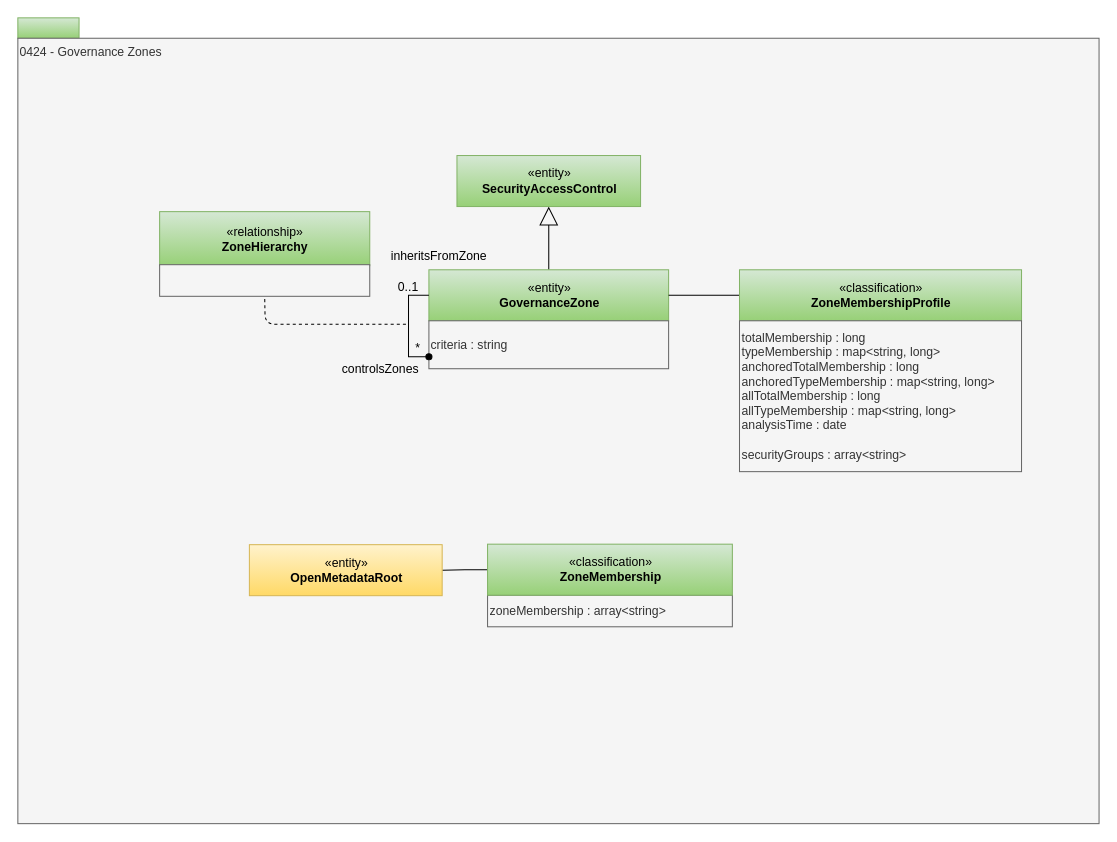
Above: page "0424-Governance-Zones" (9 of 30) of site/docs/types/4/area-4-governance.drawio in odpi/egeria-docs (draw.io), before the change. Source tidied: cells renumbered, new cells numbered last; positions are measured from the earlier drawing's top-left corner, leaving out a move shared by most shapes. Both pictures are drawn from the tidied source at 102%, with x=0, y=0 at pixel (17, 17).
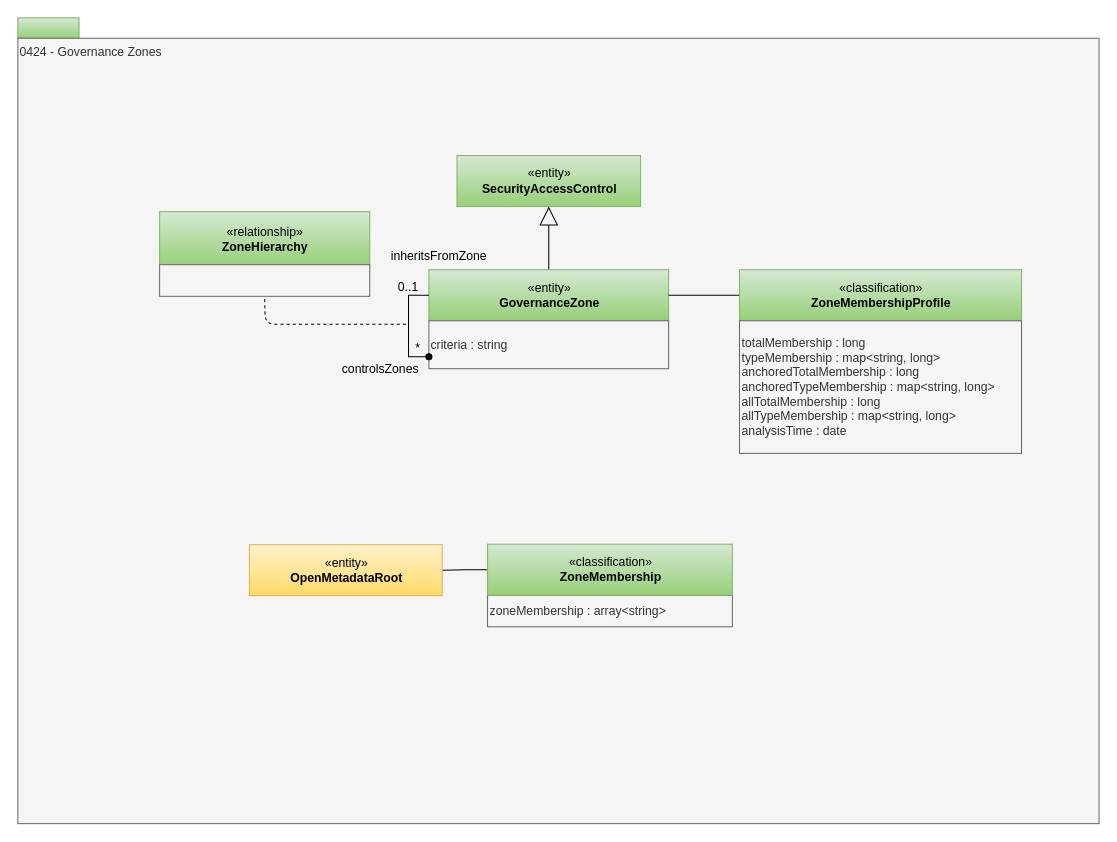
The same diagram, later.

The edit, as a diff of the source:
```diff
@@
-    <mxCell id="22" value="&lt;span style=&quot;background-color: transparent; color: light-dark(rgb(51, 51, 51), rgb(193, 193, 193));&quot;&gt;totalMembership : long&lt;/span&gt;&lt;div&gt;&lt;span style=&quot;background-color: transparent; color: light-dark(rgb(51, 51, 51), rgb(193, 193, 193));&quot;&gt;typeMembership : map&amp;lt;string, long&amp;gt;&lt;/span&gt;&lt;/div&gt;&lt;div&gt;&lt;span style=&quot;color: light-dark(rgb(51, 51, 51), rgb(193, 193, 193)); background-color: transparent;&quot;&gt;anchoredTotalMembership : long&lt;/span&gt;&lt;div&gt;&lt;span style=&quot;background-color: transparent; color: light-dark(rgb(51, 51, 51), rgb(193, 193, 193));&quot;&gt;anchoredTypeMembership : map&amp;lt;string, long&amp;gt;&lt;/span&gt;&lt;/div&gt;&lt;/div&gt;&lt;div&gt;&lt;span style=&quot;color: light-dark(rgb(51, 51, 51), rgb(193, 193, 193)); background-color: transparent;&quot;&gt;allTotalMembership : long&lt;/span&gt;&lt;div&gt;&lt;span style=&quot;background-color: transparent; color: light-dark(rgb(51, 51, 51), rgb(193, 193, 193));&quot;&gt;allTypeMembership : map&amp;lt;string, long&amp;gt;&lt;/span&gt;&lt;/div&gt;&lt;/div&gt;&lt;div&gt;&lt;span style=&quot;background-color: transparent; color: light-dark(rgb(51, 51, 51), rgb(193, 193, 193));&quot;&gt;analysisTime : date&lt;/span&gt;&lt;/div&gt;&lt;br&gt;securityGroups : array&amp;lt;string&amp;gt;" style="rounded=0;whiteSpace=wrap;html=1;strokeColor=#666666;align=left;fillColor=#f5f5f5;fontColor=#333333;" parent="1" vertex="1">
-      <mxGeometry x="707.5" y="297" width="276.5" height="147.9" as="geometry" />
+    <mxCell id="22" value="&lt;span style=&quot;background-color: transparent; color: light-dark(rgb(51, 51, 51), rgb(193, 193, 193));&quot;&gt;totalMembership : long&lt;/span&gt;&lt;div&gt;&lt;span style=&quot;background-color: transparent; color: light-dark(rgb(51, 51, 51), rgb(193, 193, 193));&quot;&gt;typeMembership : map&amp;lt;string, long&amp;gt;&lt;/span&gt;&lt;/div&gt;&lt;div&gt;&lt;span style=&quot;color: light-dark(rgb(51, 51, 51), rgb(193, 193, 193)); background-color: transparent;&quot;&gt;anchoredTotalMembership : long&lt;/span&gt;&lt;div&gt;&lt;span style=&quot;background-color: transparent; color: light-dark(rgb(51, 51, 51), rgb(193, 193, 193));&quot;&gt;anchoredTypeMembership : map&amp;lt;string, long&amp;gt;&lt;/span&gt;&lt;/div&gt;&lt;/div&gt;&lt;div&gt;&lt;span style=&quot;color: light-dark(rgb(51, 51, 51), rgb(193, 193, 193)); background-color: transparent;&quot;&gt;allTotalMembership : long&lt;/span&gt;&lt;div&gt;&lt;span style=&quot;background-color: transparent; color: light-dark(rgb(51, 51, 51), rgb(193, 193, 193));&quot;&gt;allTypeMembership : map&amp;lt;string, long&amp;gt;&lt;/span&gt;&lt;/div&gt;&lt;/div&gt;&lt;div&gt;&lt;span style=&quot;background-color: transparent; color: light-dark(rgb(51, 51, 51), rgb(193, 193, 193));&quot;&gt;analysisTime : date&lt;/span&gt;&lt;/div&gt;" style="rounded=0;whiteSpace=wrap;html=1;strokeColor=#666666;align=left;fillColor=#f5f5f5;fontColor=#333333;" parent="1" vertex="1">
+      <mxGeometry x="707.5" y="297" width="276.5" height="130" as="geometry" />
     </mxCell>
```
